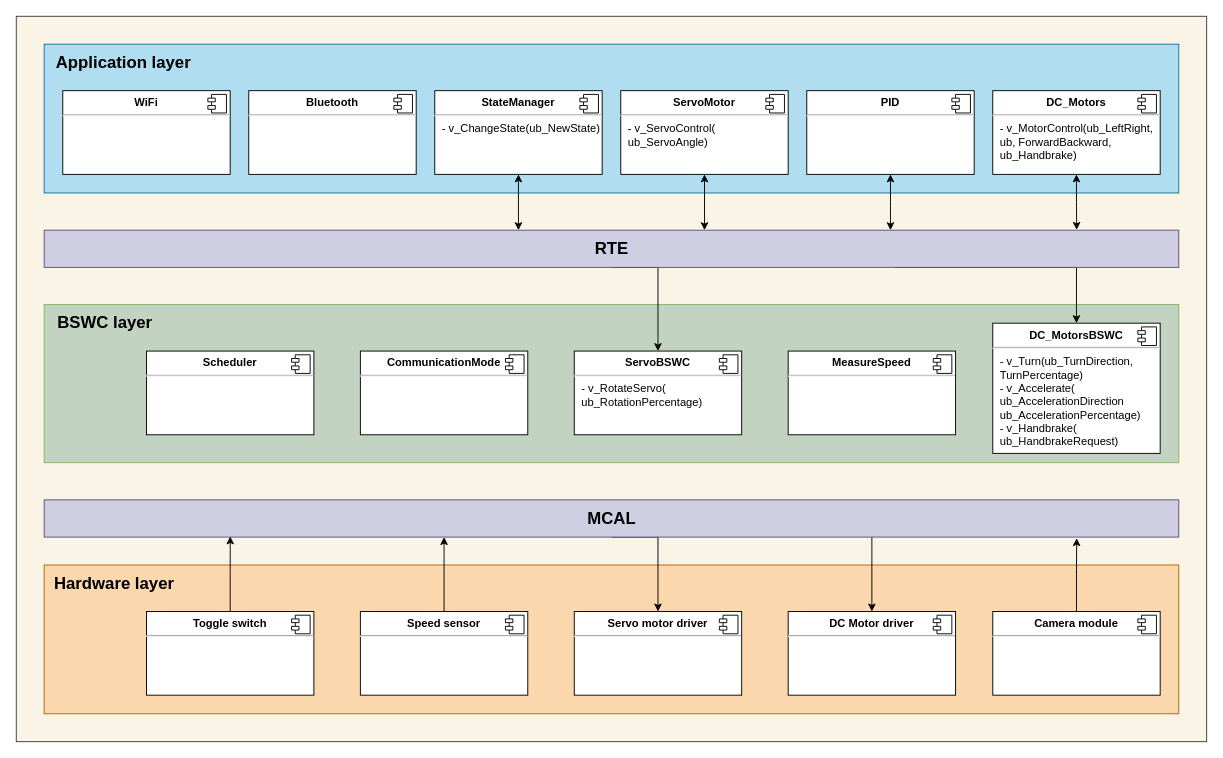
The draw.io diagram Documents/Diagrams/SoftwareArchitectureCar.drawio in Imre-Norbert/RC_Car, before the edit. Source tidied: cells renumbered, new cells numbered last; positions are measured from the earlier drawing's top-left corner, leaving out a move shared by most shapes. Both pictures are drawn from the tidied source at 93%, with x=0, y=0 at pixel (16, 16).
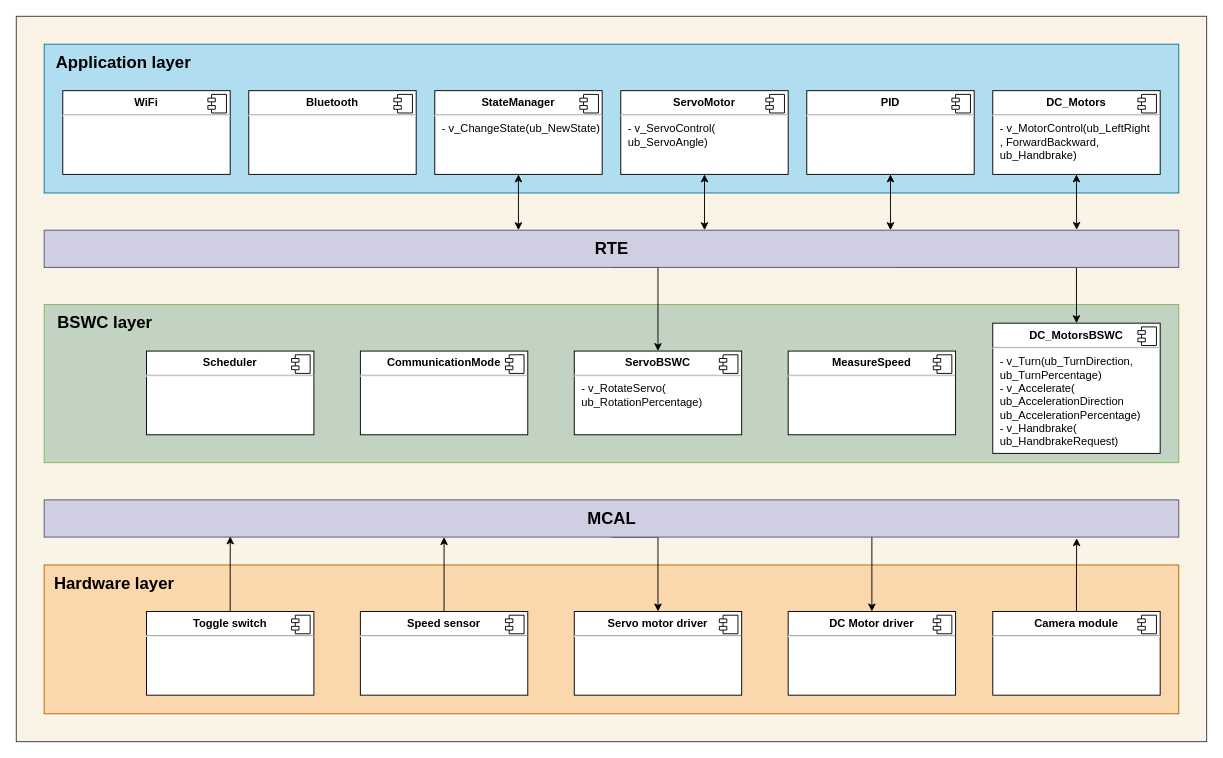
After the change.

What changed in the source:
```diff
@@
-    <mxCell id="13" value="&lt;p style=&quot;margin:0px;margin-top:6px;text-align:center;&quot;&gt;&lt;b&gt;DC_Motors&lt;/b&gt;&lt;/p&gt;&lt;hr&gt;&lt;p style=&quot;margin:0px;margin-left:8px;&quot;&gt;- v_MotorControl(ub_LeftRight,&amp;nbsp;&lt;/p&gt;&lt;p style=&quot;margin:0px;margin-left:8px;&quot;&gt;ub, ForwardBackward,&lt;span style=&quot;background-color: initial;&quot;&gt;&amp;nbsp;&lt;/span&gt;&lt;/p&gt;&lt;p style=&quot;margin:0px;margin-left:8px;&quot;&gt;&lt;span style=&quot;background-color: initial;&quot;&gt;ub_Handbrake)&lt;/span&gt;&lt;/p&gt;&lt;p style=&quot;margin:0px;margin-left:8px;&quot;&gt;&lt;br&gt;&lt;/p&gt;" style="align=left;overflow=fill;html=1;" parent="1" vertex="1">
+    <mxCell id="13" value="&lt;p style=&quot;margin:0px;margin-top:6px;text-align:center;&quot;&gt;&lt;b&gt;DC_Motors&lt;/b&gt;&lt;/p&gt;&lt;hr&gt;&lt;p style=&quot;margin:0px;margin-left:8px;&quot;&gt;- v_MotorControl(ub_LeftRight&lt;/p&gt;&lt;p style=&quot;margin:0px;margin-left:8px;&quot;&gt;&lt;span style=&quot;background-color: initial;&quot;&gt;, ForwardBackward,&lt;/span&gt;&lt;span style=&quot;background-color: initial;&quot;&gt;&amp;nbsp;&lt;/span&gt;&lt;/p&gt;&lt;p style=&quot;margin:0px;margin-left:8px;&quot;&gt;&lt;span style=&quot;background-color: initial;&quot;&gt;ub_Handbrake)&lt;/span&gt;&lt;/p&gt;&lt;p style=&quot;margin:0px;margin-left:8px;&quot;&gt;&lt;br&gt;&lt;/p&gt;" style="align=left;overflow=fill;html=1;" parent="1" vertex="1">
       <mxGeometry x="1050" y="80" width="180" height="90" as="geometry" />
     </mxCell>
@@
-    <mxCell id="27" value="&lt;p style=&quot;margin:0px;margin-top:6px;text-align:center;&quot;&gt;&lt;b&gt;DC_MotorsBSWC&lt;/b&gt;&lt;/p&gt;&lt;hr&gt;&lt;p style=&quot;margin:0px;margin-left:8px;&quot;&gt;- v_Turn(ub_TurnDirection,&lt;/p&gt;&lt;p style=&quot;margin:0px;margin-left:8px;&quot;&gt;&lt;span style=&quot;background-color: initial;&quot;&gt;TurnPercentage)&lt;/span&gt;&lt;/p&gt;&lt;p style=&quot;margin:0px;margin-left:8px;&quot;&gt;&lt;span style=&quot;background-color: initial;&quot;&gt;- v_Accelerate(&lt;/span&gt;&lt;/p&gt;&lt;p style=&quot;margin:0px;margin-left:8px;&quot;&gt;&lt;span style=&quot;background-color: initial;&quot;&gt;ub_AccelerationDirection&lt;/span&gt;&lt;/p&gt;&lt;p style=&quot;margin:0px;margin-left:8px;&quot;&gt;&lt;span style=&quot;background-color: initial;&quot;&gt;ub_AccelerationPercentage)&lt;/span&gt;&lt;/p&gt;&lt;p style=&quot;margin:0px;margin-left:8px;&quot;&gt;- v_Handbrake(&lt;/p&gt;&lt;p style=&quot;margin:0px;margin-left:8px;&quot;&gt;ub_HandbrakeRequest)&lt;/p&gt;" style="align=left;overflow=fill;html=1;" parent="1" vertex="1">
+    <mxCell id="27" value="&lt;p style=&quot;margin:0px;margin-top:6px;text-align:center;&quot;&gt;&lt;b&gt;DC_MotorsBSWC&lt;/b&gt;&lt;/p&gt;&lt;hr&gt;&lt;p style=&quot;margin:0px;margin-left:8px;&quot;&gt;- v_Turn(ub_TurnDirection,&lt;/p&gt;&lt;p style=&quot;margin:0px;margin-left:8px;&quot;&gt;&lt;span style=&quot;background-color: initial;&quot;&gt;ub_TurnPercentage)&lt;/span&gt;&lt;/p&gt;&lt;p style=&quot;margin:0px;margin-left:8px;&quot;&gt;&lt;span style=&quot;background-color: initial;&quot;&gt;- v_Accelerate(&lt;/span&gt;&lt;/p&gt;&lt;p style=&quot;margin:0px;margin-left:8px;&quot;&gt;&lt;span style=&quot;background-color: initial;&quot;&gt;ub_AccelerationDirection&lt;/span&gt;&lt;/p&gt;&lt;p style=&quot;margin:0px;margin-left:8px;&quot;&gt;&lt;span style=&quot;background-color: initial;&quot;&gt;ub_AccelerationPercentage)&lt;/span&gt;&lt;/p&gt;&lt;p style=&quot;margin:0px;margin-left:8px;&quot;&gt;- v_Handbrake(&lt;/p&gt;&lt;p style=&quot;margin:0px;margin-left:8px;&quot;&gt;ub_HandbrakeRequest)&lt;/p&gt;" style="align=left;overflow=fill;html=1;" parent="1" vertex="1">
       <mxGeometry x="1050" y="330" width="180" height="140" as="geometry" />
     </mxCell>
```
